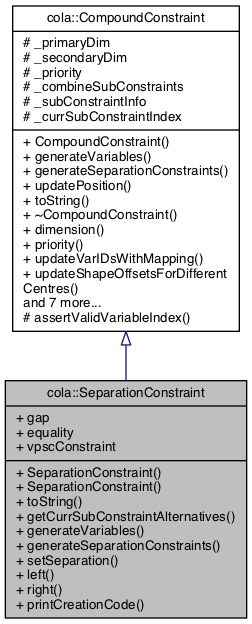
The Graphviz diagram documentation/classcola_1_1SeparationConstraint__inherit__graph.png in mjwybrow/adaptagrams, before a commit. Its source is kept beside it as documentation/classcola_1_1SeparationConstraint__inherit__graph.dot.
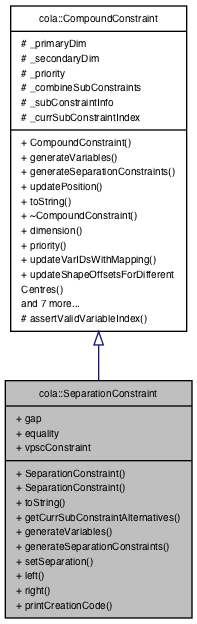
Above is the later version.

Change to the diagram source:
```diff
@@ -2,7 +2,7 @@
 {
   edge [fontname="Helvetica",fontsize="10",labelfontname="Helvetica",labelfontsize="10"];
   node [fontname="Helvetica",fontsize="10",shape=record];
-  Node1 [label="{cola::SeparationConstraint\n|+ gap\l+ equality\l+ vpscConstraint\l|+ SeparationConstraint()\l+ SeparationConstraint()\l+ toString()\l+ getCurrSubConstraintAlternatives()\l+ generateVariables()\l+ generateSeparationConstraints()\l+ setSeparation()\l+ left()\l+ right()\l+ printCreationCode()\l}",height=0.2,width=0.4,color="black", fillcolor="grey75", style="filled", fontcolor="black"];
-  Node2 -> Node1 [dir="back",color="midnightblue",fontsize="10",style="solid",arrowtail="onormal",fontname="Helvetica"];
-  Node2 [label="{cola::CompoundConstraint\n|# _primaryDim\l# _secondaryDim\l# _priority\l# _combineSubConstraints\l# _subConstraintInfo\l# _currSubConstraintIndex\l|+ CompoundConstraint()\l+ generateVariables()\l+ generateSeparationConstraints()\l+ updatePosition()\l+ toString()\l+ ~CompoundConstraint()\l+ dimension()\l+ priority()\l+ updateVarIDsWithMapping()\l+ updateShapeOffsetsForDifferent\lCentres()\land 7 more...\l# assertValidVariableIndex()\l}",height=0.2,width=0.4,color="black", fillcolor="white", style="filled",URL="$classcola_1_1CompoundConstraint.html",tooltip="An abstract base class for all high-level compound constraints. "];
+  Node0 [label="{cola::SeparationConstraint\n|+ gap\l+ equality\l+ vpscConstraint\l|+ SeparationConstraint()\l+ SeparationConstraint()\l+ toString()\l+ getCurrSubConstraintAlternatives()\l+ generateVariables()\l+ generateSeparationConstraints()\l+ setSeparation()\l+ left()\l+ right()\l+ printCreationCode()\l}",height=0.2,width=0.4,color="black", fillcolor="grey75", style="filled", fontcolor="black"];
+  Node1 -> Node0 [dir="back",color="midnightblue",fontsize="10",style="solid",arrowtail="onormal",fontname="Helvetica"];
+  Node1 [label="{cola::CompoundConstraint\n|# _primaryDim\l# _secondaryDim\l# _priority\l# _combineSubConstraints\l# _subConstraintInfo\l# _currSubConstraintIndex\l|+ CompoundConstraint()\l+ generateVariables()\l+ generateSeparationConstraints()\l+ updatePosition()\l+ toString()\l+ ~CompoundConstraint()\l+ dimension()\l+ priority()\l+ updateVarIDsWithMapping()\l+ updateShapeOffsetsForDifferent\lCentres()\land 7 more...\l# assertValidVariableIndex()\l}",height=0.2,width=0.4,color="black", fillcolor="white", style="filled",URL="$classcola_1_1CompoundConstraint.html",tooltip="An abstract base class for all high-level compound constraints. "];
 }
```
